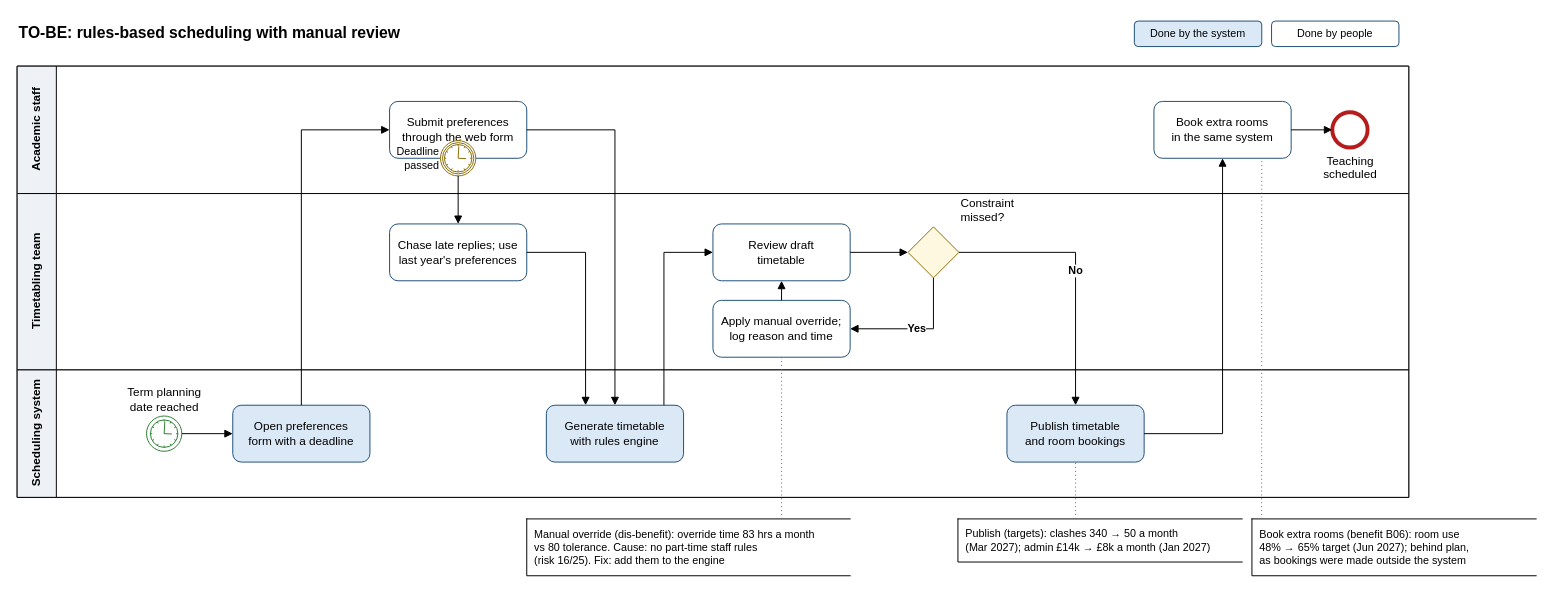
This is page "TO-BE" (2 of 2) of docs/timetabling_bpmn.drawio from gcariappa/benefits-realisation-tracker, a draw.io file, before an edit. Source tidied: cells renumbered, new cells numbered last; positions are measured from the earlier drawing's top-left corner, leaving out a move shared by most shapes. Both pictures are drawn from the tidied source at 98%, with x=0, y=0 at pixel (17, 17).
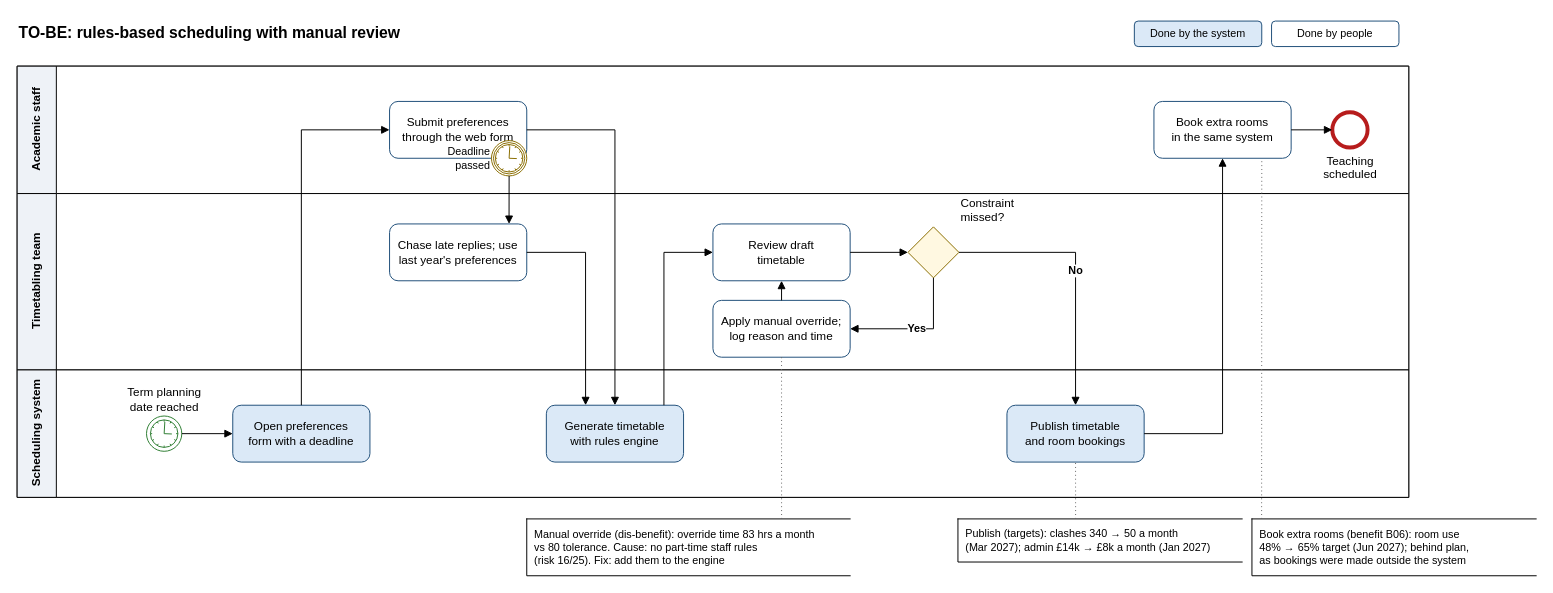
After the change.

Unchanged cells that the change refers to:
```xml
<mxCell id="30" value="Chase late replies; use&#10;last year's preferences" style="rounded=1;whiteSpace=wrap;html=1;strokeColor=#1f4e79;fontFamily=Arial;" parent="1" vertex="1">
  <mxGeometry x="380" y="211" width="140" height="58" as="geometry" />
</mxCell>
```

The edit, as a diff of the source:
```diff
@@
     <mxCell id="29" value="Deadline&#10;passed" style="shape=mxgraph.bpmn.event;outline=boundInt;symbol=timer;html=1;perimeter=ellipsePerimeter;strokeColor=#8a6d00;fillColor=#ffffff;labelPosition=left;verticalLabelPosition=middle;align=right;verticalAlign=middle;fontFamily=Arial;fontSize=11;" parent="1" vertex="1">
-      <mxGeometry x="432" y="126" width="36" height="36" as="geometry" />
+      <mxGeometry x="484" y="126" width="36" height="36" as="geometry" />
     </mxCell>
@@
-    <mxCell id="31" style="endArrow=block;endFill=1;html=1;rounded=0;fontFamily=Arial;fontStyle=1;exitX=0.5;exitY=1;exitDx=0;exitDy=0;entryX=0.5;entryY=0;entryDx=0;entryDy=0;" parent="1" edge="1" source="29" target="30">
+    <mxCell id="31" style="endArrow=block;endFill=1;html=1;rounded=0;fontFamily=Arial;fontStyle=1;exitX=0.5;exitY=1;exitDx=0;exitDy=0;entryX=0.871;entryY=0;entryDx=0;entryDy=0;" parent="1" edge="1" source="29" target="30">
       <mxGeometry relative="1" as="geometry" />
     </mxCell>
```
